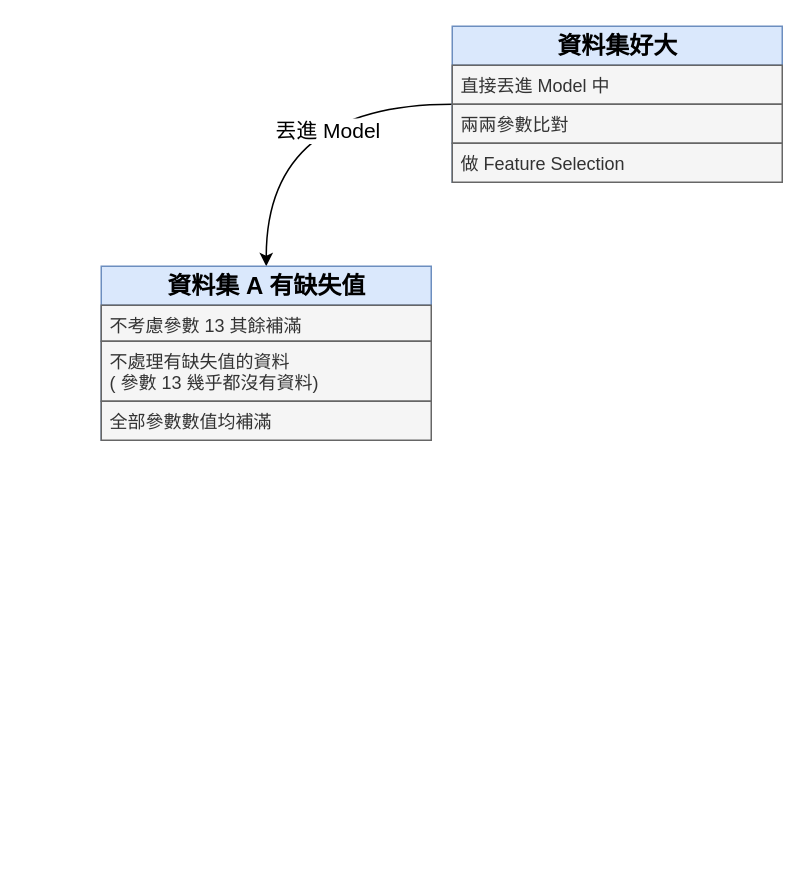
Earlier version of the draw.io diagram observation/解決流程.drawio (ImMasterSam/NSYSU-DataMining-Final). Source tidied: cells renumbered, new cells numbered last; positions are measured from the earlier drawing's top-left corner, leaving out a move shared by most shapes. Both pictures are drawn from the tidied source at 150%, with x=0, y=0 at pixel (100, 26).
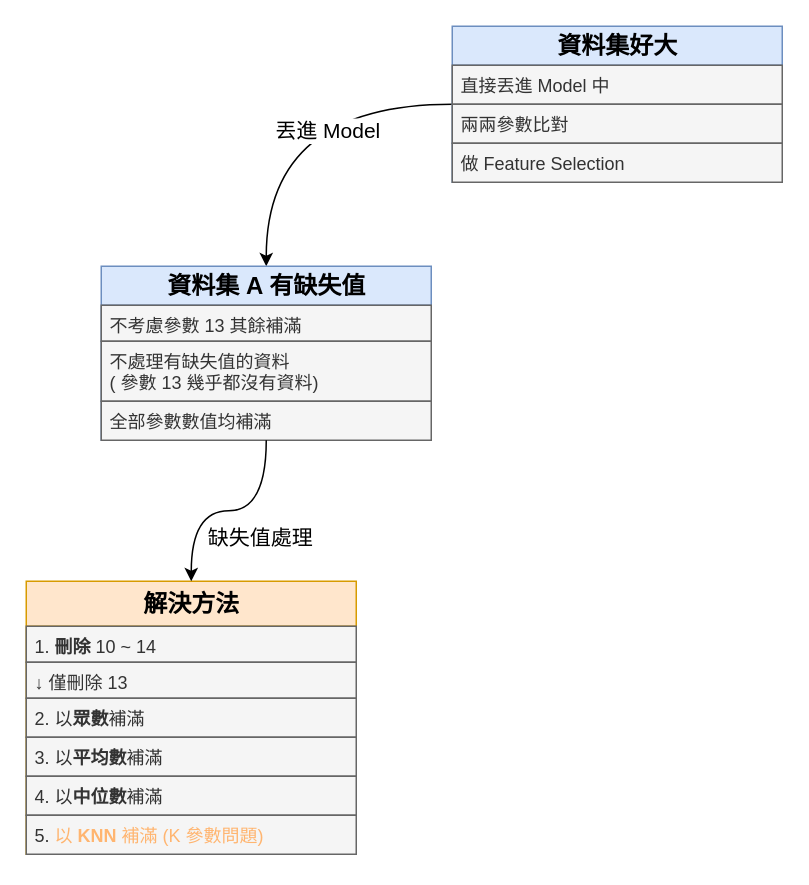
After the change.

The change refers to these unchanged cells:
```xml
<mxCell id="8" value="&lt;span style=&quot;font-size: 16px;&quot;&gt;&lt;b&gt;資料集 A 有缺失值&lt;/b&gt;&lt;/span&gt;" style="swimlane;fontStyle=0;horizontal=1;startSize=26;fillColor=#dae8fc;html=1;strokeColor=#6c8ebf;" parent="1" vertex="1">
  <mxGeometry y="160" width="220" height="116" as="geometry" />
</mxCell>
```

Diff of the diagram source:
```diff
@@
+    <mxCell id="12" value="&lt;span style=&quot;font-size: 16px;&quot;&gt;&lt;b&gt;解決方法&lt;/b&gt;&lt;/span&gt;" style="swimlane;fontStyle=0;horizontal=1;startSize=30;fillColor=#ffe6cc;html=1;strokeColor=#d79b00;" parent="1" vertex="1">
+      <mxGeometry x="-50" y="370" width="220" height="182" as="geometry" />
+    </mxCell>
+    <mxCell id="13" value="1. &lt;b&gt;刪除&lt;/b&gt; 10 ~ 14" style="text;align=left;verticalAlign=top;spacingLeft=4;spacingRight=4;overflow=hidden;whiteSpace=wrap;html=1;fillColor=#f5f5f5;strokeColor=#666666;fontColor=#333333;" parent="12" vertex="1">
+      <mxGeometry y="30" width="220" height="24" as="geometry" />
+    </mxCell>
+    <mxCell id="14" value="↓ 僅刪除 13" style="text;align=left;verticalAlign=top;spacingLeft=4;spacingRight=4;overflow=hidden;whiteSpace=wrap;html=1;fillColor=#f5f5f5;strokeColor=#666666;fontColor=#333333;" parent="12" vertex="1">
+      <mxGeometry y="54" width="220" height="24" as="geometry" />
+    </mxCell>
+    <mxCell id="15" value="2. 以&lt;b&gt;眾數&lt;/b&gt;補滿" style="text;align=left;verticalAlign=top;spacingLeft=4;spacingRight=4;overflow=hidden;whiteSpace=wrap;html=1;fillColor=#f5f5f5;strokeColor=#666666;fontColor=#333333;" parent="12" vertex="1">
+      <mxGeometry y="78" width="220" height="26" as="geometry" />
+    </mxCell>
+    <mxCell id="16" value="3. 以&lt;b&gt;平均數&lt;/b&gt;補滿" style="text;align=left;verticalAlign=top;spacingLeft=4;spacingRight=4;overflow=hidden;whiteSpace=wrap;html=1;fillColor=#f5f5f5;strokeColor=#666666;fontColor=#333333;" parent="12" vertex="1">
+      <mxGeometry y="104" width="220" height="26" as="geometry" />
+    </mxCell>
+    <mxCell id="17" value="4. 以&lt;b&gt;中位數&lt;/b&gt;補滿" style="text;align=left;verticalAlign=top;spacingLeft=4;spacingRight=4;overflow=hidden;whiteSpace=wrap;html=1;fillColor=#f5f5f5;strokeColor=#666666;fontColor=#333333;" parent="12" vertex="1">
+      <mxGeometry y="130" width="220" height="26" as="geometry" />
+    </mxCell>
+    <mxCell id="18" value="5. &lt;font style=&quot;color: rgb(255, 181, 112);&quot;&gt;以 &lt;b&gt;KNN&lt;/b&gt; 補滿 (K 參數問題)&lt;/font&gt;" style="text;align=left;verticalAlign=top;spacingLeft=4;spacingRight=4;overflow=hidden;whiteSpace=wrap;html=1;fillColor=#f5f5f5;strokeColor=#666666;fontColor=#333333;" parent="12" vertex="1">
+      <mxGeometry y="156" width="220" height="26" as="geometry" />
+    </mxCell>
+    <mxCell id="19" style="edgeStyle=orthogonalEdgeStyle;rounded=0;jettySize=auto;html=1;entryX=0.5;entryY=0;entryDx=0;entryDy=0;curved=1;exitX=0.5;exitY=1;exitDx=0;exitDy=0;" parent="1" edge="1" source="8" target="12">
+      <mxGeometry relative="1" as="geometry" />
+    </mxCell>
+    <mxCell id="20" value="&lt;font style=&quot;font-size: 14px;&quot;&gt;缺失值處理&lt;/font&gt;" style="edgeLabel;html=1;align=center;verticalAlign=middle;" parent="19" vertex="1">
+      <mxGeometry x="-0.28" y="17" relative="1" as="geometry" />
+    </mxCell>
```
